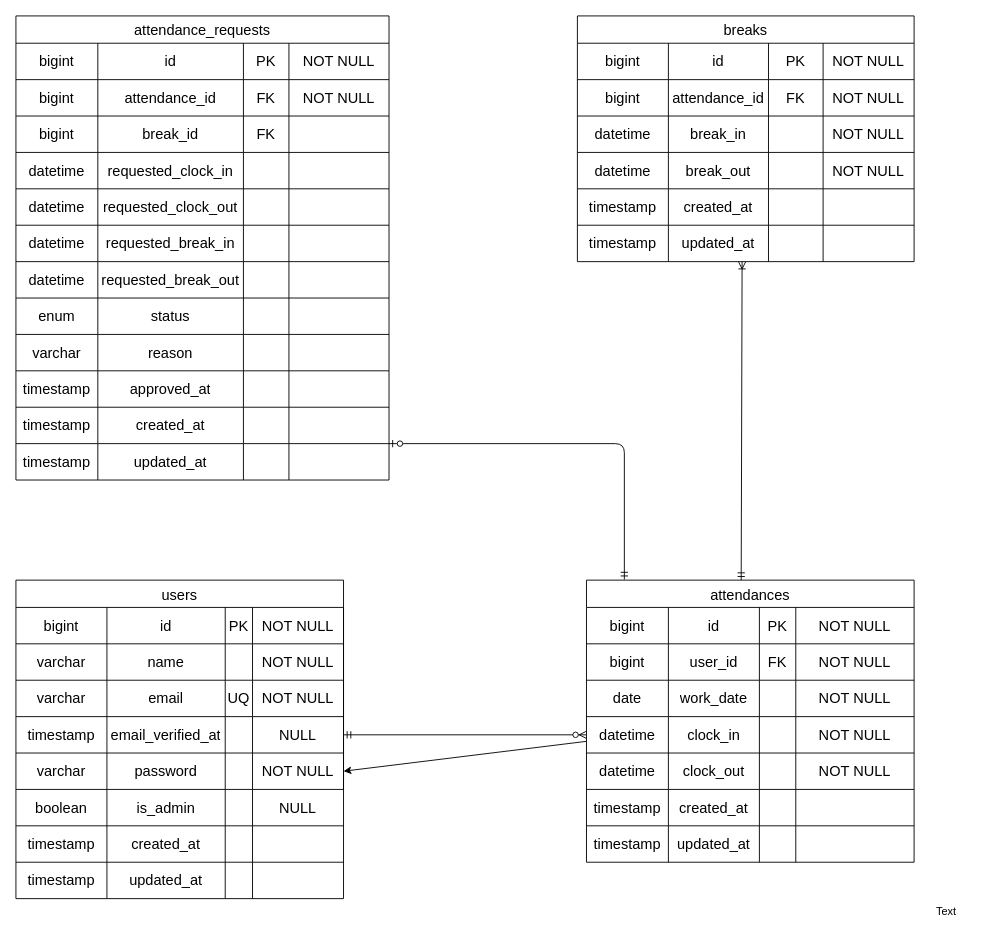
Above: docs/er.drawio in shinichi-ushioda/coachtech-timekeeper (draw.io), before the change. Source tidied: cells renumbered, new cells numbered last; positions are measured from the earlier drawing's top-left corner, leaving out a move shared by most shapes. Both pictures are drawn from the tidied source at 91%, with x=0, y=0 at pixel (15, 15).
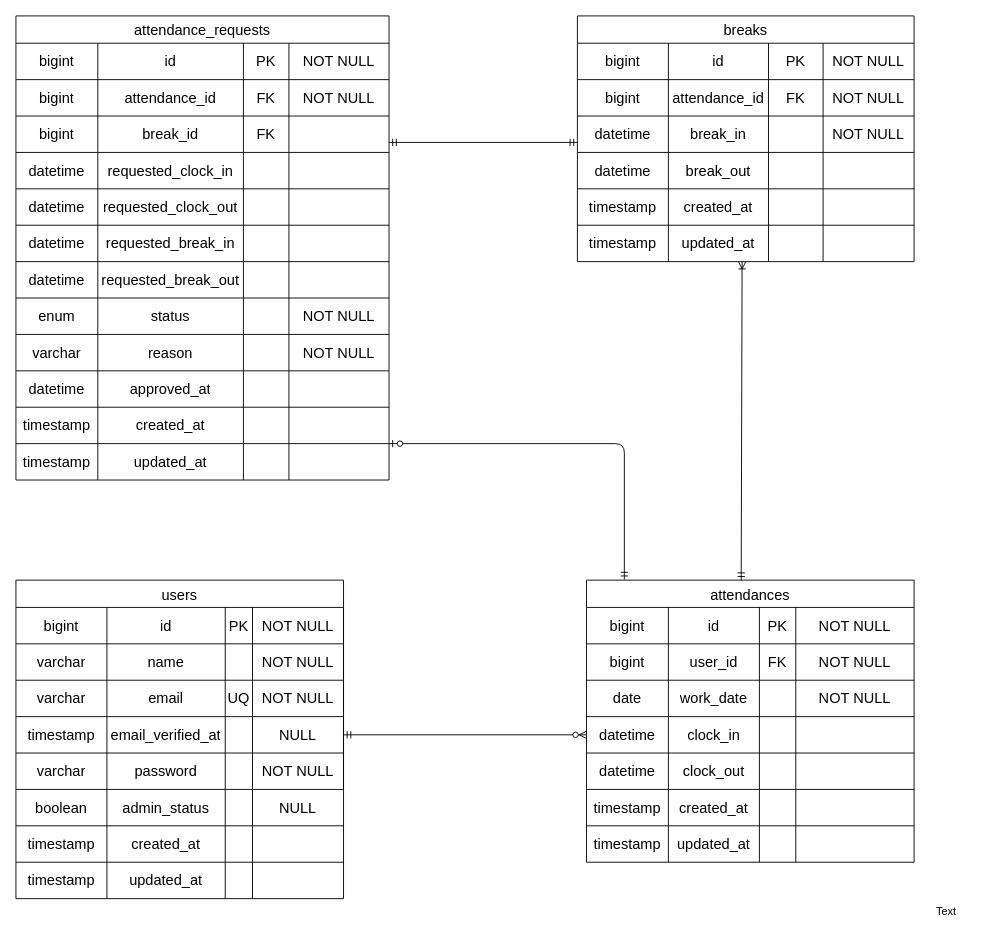
Above is the later version.

The change refers to these unchanged cells:
```xml
<mxCell id="3" value="attendances" style="shape=table;startSize=30;childLayout=tableLayout;strokeColor=default;fontSize=16;" parent="1" vertex="1">
  <mxGeometry x="627" y="620" width="360" height="310" as="geometry" />
</mxCell>
<mxCell id="19" style="shape=tableRow;horizontal=0;startSize=0;swimlaneHead=0;swimlaneBody=0;strokeColor=inherit;top=0;left=0;bottom=0;right=0;fillColor=none;points=[[0,0.5],[1,0.5]];portConstraint=eastwest;fontSize=16;" parent="3" vertex="1">
  <mxGeometry y="150" width="360" height="40" as="geometry" />
</mxCell>
<mxCell id="24" style="shape=tableRow;horizontal=0;startSize=0;swimlaneHead=0;swimlaneBody=0;strokeColor=inherit;top=0;left=0;bottom=0;right=0;fillColor=none;fontSize=16;" parent="3" vertex="1">
  <mxGeometry y="190" width="360" height="40" as="geometry" />
</mxCell>
<mxCell id="75" style="shape=tableRow;horizontal=0;startSize=0;swimlaneHead=0;swimlaneBody=0;strokeColor=inherit;top=0;left=0;bottom=0;right=0;fillColor=none;fontSize=16;" parent="39" vertex="1">
  <mxGeometry y="310" width="410" height="40" as="geometry" />
</mxCell>
<mxCell id="80" style="shape=tableRow;horizontal=0;startSize=0;swimlaneHead=0;swimlaneBody=0;strokeColor=inherit;top=0;left=0;bottom=0;right=0;fillColor=none;fontSize=16;" parent="39" vertex="1">
  <mxGeometry y="350" width="410" height="40" as="geometry" />
</mxCell>
<mxCell id="85" style="shape=tableRow;horizontal=0;startSize=0;swimlaneHead=0;swimlaneBody=0;strokeColor=inherit;top=0;left=0;bottom=0;right=0;fillColor=none;fontSize=16;" parent="39" vertex="1">
  <mxGeometry y="390" width="410" height="40" as="geometry" />
</mxCell>
<mxCell id="116" style="shape=tableRow;horizontal=0;startSize=0;swimlaneHead=0;swimlaneBody=0;strokeColor=inherit;top=0;left=0;bottom=0;right=0;fillColor=none;fontSize=16;" parent="100" vertex="1">
  <mxGeometry y="150" width="370" height="40" as="geometry" />
</mxCell>
<mxCell id="157" style="whiteSpace=wrap;html=1;fontSize=16;startSize=30;" parent="152" vertex="1">
  <mxGeometry x="360" height="40" as="geometry" />
</mxCell>
<mxCell id="158" style="shape=tableRow;horizontal=0;startSize=0;swimlaneHead=0;swimlaneBody=0;strokeColor=inherit;top=0;left=0;bottom=0;right=0;fillColor=none;fontSize=16;" parent="131" vertex="1">
  <mxGeometry y="230" width="360" height="40" as="geometry" />
</mxCell>
```

Change to the diagram source:
```diff
@@
-    <mxCell id="2" style="edgeStyle=none;html=1;" parent="1" edge="1" source="3" target="157">
-      <mxGeometry relative="1" as="geometry" />
-    </mxCell>
@@
-    <mxCell id="23" value="&lt;span style=&quot;color: rgb(0, 0, 0);&quot;&gt;NOT NULL&lt;/span&gt;" style="shape=partialRectangle;html=1;whiteSpace=wrap;strokeColor=inherit;overflow=hidden;fillColor=none;top=0;left=0;bottom=0;right=0;fontSize=16;" parent="19" vertex="1">
+    <mxCell id="23" style="shape=partialRectangle;html=1;whiteSpace=wrap;strokeColor=inherit;overflow=hidden;fillColor=none;top=0;left=0;bottom=0;right=0;fontSize=16;" parent="19" vertex="1">
       <mxGeometry x="230" width="130" height="40" as="geometry" />
     </mxCell>
@@
-    <mxCell id="28" value="&lt;span style=&quot;color: rgb(0, 0, 0);&quot;&gt;NOT NULL&lt;/span&gt;" style="shape=partialRectangle;html=1;whiteSpace=wrap;strokeColor=inherit;overflow=hidden;fillColor=none;top=0;left=0;bottom=0;right=0;fontSize=16;" parent="24" vertex="1">
+    <mxCell id="28" style="shape=partialRectangle;html=1;whiteSpace=wrap;strokeColor=inherit;overflow=hidden;fillColor=none;top=0;left=0;bottom=0;right=0;fontSize=16;" parent="24" vertex="1">
       <mxGeometry x="230" width="130" height="40" as="geometry" />
     </mxCell>
@@
-    <mxCell id="79" style="shape=partialRectangle;html=1;whiteSpace=wrap;strokeColor=inherit;overflow=hidden;fillColor=none;top=0;left=0;bottom=0;right=0;fontSize=16;" parent="75" vertex="1">
+    <mxCell id="79" value="&lt;span style=&quot;color: rgb(0, 0, 0);&quot;&gt;NOT NULL&lt;/span&gt;" style="shape=partialRectangle;html=1;whiteSpace=wrap;strokeColor=inherit;overflow=hidden;fillColor=none;top=0;left=0;bottom=0;right=0;fontSize=16;" parent="75" vertex="1">
       <mxGeometry x="300" width="110" height="40" as="geometry" />
     </mxCell>
@@
-    <mxCell id="84" style="shape=partialRectangle;html=1;whiteSpace=wrap;strokeColor=inherit;overflow=hidden;fillColor=none;top=0;left=0;bottom=0;right=0;fontSize=16;" parent="80" vertex="1">
+    <mxCell id="84" value="&lt;span style=&quot;color: rgb(0, 0, 0);&quot;&gt;NOT NULL&lt;/span&gt;" style="shape=partialRectangle;html=1;whiteSpace=wrap;strokeColor=inherit;overflow=hidden;fillColor=none;top=0;left=0;bottom=0;right=0;fontSize=16;" parent="80" vertex="1">
       <mxGeometry x="300" width="110" height="40" as="geometry" />
     </mxCell>
@@
-    <mxCell id="86" value="&lt;span style=&quot;color: rgb(0, 0, 0);&quot;&gt;timestamp&lt;/span&gt;" style="shape=partialRectangle;html=1;whiteSpace=wrap;strokeColor=inherit;overflow=hidden;fillColor=none;top=0;left=0;bottom=0;right=0;fontSize=16;" parent="85" vertex="1">
+    <mxCell id="86" value="&lt;span style=&quot;color: rgb(0, 0, 0);&quot;&gt;datetime&lt;/span&gt;" style="shape=partialRectangle;html=1;whiteSpace=wrap;strokeColor=inherit;overflow=hidden;fillColor=none;top=0;left=0;bottom=0;right=0;fontSize=16;" parent="85" vertex="1">
       <mxGeometry width="90" height="40" as="geometry" />
     </mxCell>
@@
-    <mxCell id="120" value="&lt;span style=&quot;color: rgb(0, 0, 0);&quot;&gt;NOT NULL&lt;/span&gt;" style="shape=partialRectangle;html=1;whiteSpace=wrap;strokeColor=inherit;overflow=hidden;fillColor=none;top=0;left=0;bottom=0;right=0;fontSize=16;" parent="116" vertex="1">
+    <mxCell id="120" style="shape=partialRectangle;html=1;whiteSpace=wrap;strokeColor=inherit;overflow=hidden;fillColor=none;top=0;left=0;bottom=0;right=0;fontSize=16;" parent="116" vertex="1">
       <mxGeometry x="270" width="100" height="40" as="geometry" />
     </mxCell>
@@
-    <mxCell id="160" value="is_admin" style="shape=partialRectangle;html=1;whiteSpace=wrap;strokeColor=inherit;overflow=hidden;fillColor=none;top=0;left=0;bottom=0;right=0;fontSize=16;" parent="158" vertex="1">
+    <mxCell id="160" value="admin_status" style="shape=partialRectangle;html=1;whiteSpace=wrap;strokeColor=inherit;overflow=hidden;fillColor=none;top=0;left=0;bottom=0;right=0;fontSize=16;" parent="158" vertex="1">
       <mxGeometry x="100" width="130" height="40" as="geometry" />
     </mxCell>
@@
+    <mxCell id="177" style="fontSize=12;html=1;endArrow=ERmandOne;startArrow=ERmandOne;" parent="1" edge="1">
+      <mxGeometry relative="1" as="geometry">
+        <mxPoint x="410" y="139" as="sourcePoint" />
+        <mxPoint x="617" y="139" as="targetPoint" />
+      </mxGeometry>
+    </mxCell>
```
